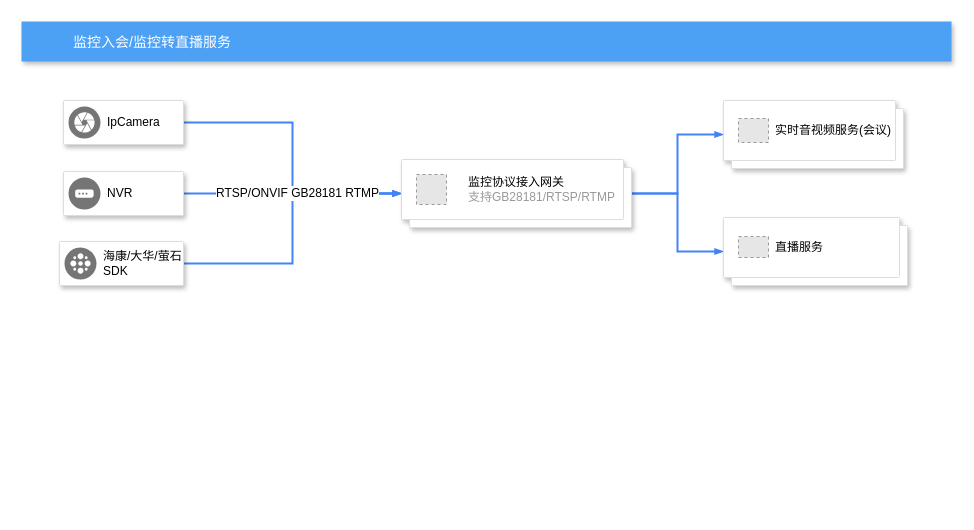
shushenghong/test keeps this draw.io diagram as 监控入会/监控转直播.drawio. Above is the earlier version. Source tidied: cells renumbered, new cells numbered last; positions are measured from the earlier drawing's top-left corner, leaving out a move shared by most shapes. Both pictures are drawn from the tidied source at 100%, with x=0, y=0 at pixel (21, 21). Pictures stored in the file or linked from it are replaced by grey dashed boxes.
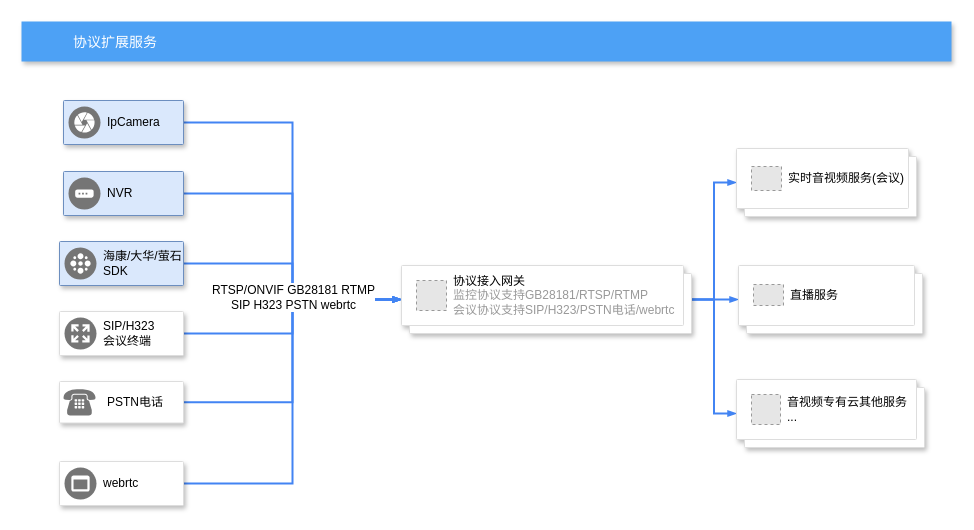
After the change.

Commit message:
更新监控转直播.drawio

Unchanged cells that the change refers to:
```xml
<mxCell id="7" style="edgeStyle=orthogonalEdgeStyle;shape=connector;rounded=0;jettySize=auto;html=1;entryX=0;entryY=0.5;entryDx=0;entryDy=0;dashed=0;labelBackgroundColor=none;strokeColor=#4284F3;strokeWidth=2;fontFamily=Helvetica;fontSize=12;fontColor=default;startArrow=none;startFill=0;endArrow=blockThin;endFill=1;startSize=4;endSize=4;" parent="1" edge="1" source="9" target="13">
  <mxGeometry relative="1" as="geometry" />
</mxCell>
```

The edit, as a diff of the source:
```diff
@@
+    <mxCell id="21" style="edgeStyle=orthogonalEdgeStyle;shape=connector;rounded=0;jettySize=auto;html=1;entryX=0;entryY=0.5;entryDx=0;entryDy=0;dashed=0;labelBackgroundColor=none;strokeColor=#4284F3;strokeWidth=2;fontFamily=Helvetica;fontSize=12;fontColor=default;startArrow=none;startFill=0;endArrow=blockThin;endFill=1;startSize=4;endSize=4;" parent="1" edge="1" source="32" target="13">
+      <mxGeometry relative="1" as="geometry" />
+    </mxCell>
+    <mxCell id="22" style="edgeStyle=orthogonalEdgeStyle;shape=connector;rounded=0;jettySize=auto;html=1;entryX=0;entryY=0.5;entryDx=0;entryDy=0;dashed=0;labelBackgroundColor=none;strokeColor=#4284F3;strokeWidth=2;fontFamily=Helvetica;fontSize=12;fontColor=default;startArrow=none;startFill=0;endArrow=blockThin;endFill=1;startSize=4;endSize=4;" parent="1" edge="1" source="28" target="13">
+      <mxGeometry relative="1" as="geometry" />
+    </mxCell>
+    <mxCell id="23" style="edgeStyle=orthogonalEdgeStyle;shape=connector;rounded=0;jettySize=auto;html=1;entryX=0;entryY=0.5;entryDx=0;entryDy=0;dashed=0;labelBackgroundColor=none;strokeColor=#4284F3;strokeWidth=2;fontFamily=Helvetica;fontSize=12;fontColor=default;startArrow=none;startFill=0;endArrow=blockThin;endFill=1;startSize=4;endSize=4;" parent="1" edge="1" source="26" target="13">
+      <mxGeometry relative="1" as="geometry" />
+    </mxCell>
@@
-    <mxCell id="3" value="监控入会/监控转直播服务" style="fillColor=#4DA1F5;strokeColor=none;shadow=1;gradientColor=none;fontSize=14;align=left;spacingLeft=50;fontColor=#ffffff;fontFamily=Helvetica;" parent="1" vertex="1">
+    <mxCell id="3" value="协议扩展服务" style="fillColor=#4DA1F5;strokeColor=none;shadow=1;gradientColor=none;fontSize=14;align=left;spacingLeft=50;fontColor=#ffffff;fontFamily=Helvetica;" parent="1" vertex="1">
       <mxGeometry width="930" height="40" as="geometry" />
     </mxCell>
@@
-    <mxCell id="5" style="strokeColor=#dddddd;shadow=1;strokeWidth=1;rounded=1;absoluteArcSize=1;arcSize=2;" parent="1" vertex="1">
+    <mxCell id="5" style="strokeColor=#6c8ebf;shadow=1;strokeWidth=1;rounded=1;absoluteArcSize=1;arcSize=2;fillColor=#dae8fc;glass=0;" parent="1" vertex="1">
       <mxGeometry x="42" y="79" width="120" height="44" as="geometry" />
     </mxCell>
@@
-    <mxCell id="8" value="RTSP/ONVIF GB28181 RTMP" style="edgeLabel;html=1;align=center;verticalAlign=middle;fontSize=12;fontFamily=Helvetica;fontColor=default;" parent="7" vertex="1">
-      <mxGeometry x="0.04" y="1" relative="1" as="geometry" />
-    </mxCell>
+    <mxCell id="24" value="RTSP/ONVIF GB28181 RTMP&lt;br style=&quot;border-color: var(--border-color);&quot;&gt;SIP H323 PSTN webrtc" style="edgeLabel;html=1;align=center;verticalAlign=middle;fontSize=12;fontFamily=Helvetica;fontColor=default;" parent="7" vertex="1">
+      <mxGeometry x="0.31" relative="1" as="geometry" />
+    </mxCell>
-    <mxCell id="9" style="strokeColor=#dddddd;shadow=1;strokeWidth=1;rounded=1;absoluteArcSize=1;arcSize=2;" parent="1" vertex="1">
+    <mxCell id="9" style="strokeColor=#6c8ebf;shadow=1;strokeWidth=1;rounded=1;absoluteArcSize=1;arcSize=2;fillColor=#dae8fc;glass=0;" parent="1" vertex="1">
       <mxGeometry x="42" y="150" width="120" height="44" as="geometry" />
     </mxCell>
@@
+    <mxCell id="12" style="edgeStyle=orthogonalEdgeStyle;shape=connector;rounded=0;jettySize=auto;html=1;entryX=0;entryY=0.5;entryDx=0;entryDy=0;dashed=0;labelBackgroundColor=none;strokeColor=#4284F3;strokeWidth=2;fontFamily=Helvetica;fontSize=12;fontColor=default;startArrow=none;startFill=0;endArrow=blockThin;endFill=1;startSize=4;endSize=4;" parent="1" edge="1" source="13" target="17">
+      <mxGeometry relative="1" as="geometry" />
+    </mxCell>
+    <mxCell id="25" style="edgeStyle=orthogonalEdgeStyle;shape=connector;rounded=0;jettySize=auto;html=1;entryX=0;entryY=0.5;entryDx=0;entryDy=0;dashed=0;labelBackgroundColor=none;strokeColor=#4284F3;strokeWidth=2;fontFamily=Helvetica;fontSize=12;fontColor=default;startArrow=none;startFill=0;endArrow=blockThin;endFill=1;startSize=4;endSize=4;" parent="1" edge="1" source="13" target="30">
+      <mxGeometry relative="1" as="geometry" />
+    </mxCell>
@@
-    <mxCell id="12" style="edgeStyle=orthogonalEdgeStyle;shape=connector;rounded=0;jettySize=auto;html=1;entryX=0;entryY=0.5;entryDx=0;entryDy=0;dashed=0;labelBackgroundColor=none;strokeColor=#4284F3;strokeWidth=2;fontFamily=Helvetica;fontSize=12;fontColor=default;startArrow=none;startFill=0;endArrow=blockThin;endFill=1;startSize=4;endSize=4;" parent="1" edge="1" source="13" target="17">
-      <mxGeometry relative="1" as="geometry" />
-    </mxCell>
     <mxCell id="13" style="shape=mxgraph.gcp2.doubleRect;strokeColor=#dddddd;shadow=1;strokeWidth=1;rounded=1;absoluteArcSize=1;arcSize=2;" parent="1" vertex="1">
-      <mxGeometry x="380" y="138" width="230" height="68" as="geometry" />
+      <mxGeometry x="380" y="244" width="290" height="68" as="geometry" />
     </mxCell>
-    <mxCell id="14" value="&lt;font color=&quot;#000000&quot;&gt;监控协议接入网关&lt;/font&gt;&lt;br&gt;支持GB28181/RTSP/RTMP" style="fillColor=#E6E6E6;strokeColor=#999999;dashed=1;html=1;fontColor=#999999;verticalLabelPosition=middle;labelBackgroundColor=#ffffff;verticalAlign=middle;labelPosition=right;align=left;spacingLeft=20;" parent="13" vertex="1">
+    <mxCell id="14" value="&lt;font color=&quot;#000000&quot;&gt;协议接入网关&lt;/font&gt;&lt;br&gt;监控协议支持GB28181/RTSP/RTMP&lt;br&gt;会议协议支持SIP/H323/PSTN电话/webrtc" style="fillColor=#E6E6E6;strokeColor=#999999;dashed=1;html=1;fontColor=#999999;verticalLabelPosition=middle;labelBackgroundColor=#ffffff;verticalAlign=middle;labelPosition=right;align=left;spacingLeft=5;" parent="13" vertex="1">
       <mxGeometry width="30" height="30" relative="1" as="geometry">
         <mxPoint x="15" y="15" as="offset" />
       </mxGeometry>
     </mxCell>
-    <mxCell id="15" style="strokeColor=#dddddd;shadow=1;strokeWidth=1;rounded=1;absoluteArcSize=1;arcSize=2;fontFamily=Helvetica;fontSize=12;fontColor=default;" parent="1" vertex="1">
+    <mxCell id="15" style="strokeColor=#6c8ebf;shadow=1;strokeWidth=1;rounded=1;absoluteArcSize=1;arcSize=2;fontFamily=Helvetica;fontSize=12;fillColor=#dae8fc;glass=0;" parent="1" vertex="1">
       <mxGeometry x="38" y="220" width="124" height="44" as="geometry" />
     </mxCell>
@@
     <mxCell id="17" style="shape=mxgraph.gcp2.doubleRect;strokeColor=#dddddd;shadow=1;strokeWidth=1;rounded=1;absoluteArcSize=1;arcSize=2;fontFamily=Helvetica;fontSize=12;fontColor=default;" parent="1" vertex="1">
-      <mxGeometry x="702" y="196" width="184" height="68" as="geometry" />
+      <mxGeometry x="717" y="244" width="184" height="68" as="geometry" />
     </mxCell>
@@
     <mxCell id="19" style="shape=mxgraph.gcp2.doubleRect;strokeColor=#dddddd;shadow=1;strokeWidth=1;rounded=1;absoluteArcSize=1;arcSize=2;fontFamily=Helvetica;fontSize=12;fontColor=default;" parent="1" vertex="1">
-      <mxGeometry x="702" y="79" width="180" height="68" as="geometry" />
+      <mxGeometry x="715" y="127" width="180" height="68" as="geometry" />
     </mxCell>
@@
+    <mxCell id="26" style="strokeColor=#dddddd;shadow=1;strokeWidth=1;rounded=1;absoluteArcSize=1;arcSize=2;" parent="1" vertex="1">
+      <mxGeometry x="38" y="290" width="124" height="44" as="geometry" />
+    </mxCell>
+    <mxCell id="27" value="SIP/H323&lt;br style=&quot;border-color: var(--border-color);&quot;&gt;会议终端" style="sketch=0;dashed=0;html=1;fillColor=#757575;strokeColor=none;shape=mxgraph.gcp2.nat;labelPosition=right;verticalLabelPosition=middle;align=left;verticalAlign=middle;spacingLeft=5;fontSize=12;" parent="26" vertex="1">
+      <mxGeometry y="0.5" width="32" height="32" relative="1" as="geometry">
+        <mxPoint x="5" y="-16" as="offset" />
+      </mxGeometry>
+    </mxCell>
+    <mxCell id="28" style="strokeColor=#dddddd;shadow=1;strokeWidth=1;rounded=1;absoluteArcSize=1;arcSize=2;" parent="1" vertex="1">
+      <mxGeometry x="38" y="360" width="124" height="41.5" as="geometry" />
+    </mxCell>
+    <mxCell id="29" value="PSTN电话" style="sketch=0;dashed=0;html=1;fillColor=#757575;strokeColor=none;shape=mxgraph.office.devices.phone_traditional;labelPosition=right;verticalLabelPosition=middle;align=left;verticalAlign=top;spacingLeft=5;fontSize=12;shadow=0;spacingTop=15;horizontal=1;" parent="1" vertex="1">
+      <mxGeometry x="42" y="367.5" width="32" height="26.4" as="geometry">
+        <mxPoint x="5" y="-16" as="offset" />
+      </mxGeometry>
+    </mxCell>
+    <mxCell id="30" style="shape=mxgraph.gcp2.doubleRect;strokeColor=#dddddd;shadow=1;strokeWidth=1;rounded=1;absoluteArcSize=1;arcSize=2;fontFamily=Helvetica;fontSize=12;fontColor=default;" parent="1" vertex="1">
+      <mxGeometry x="715" y="358" width="188" height="68" as="geometry" />
+    </mxCell>
+    <mxCell id="31" value="&lt;font color=&quot;#000000&quot;&gt;音视频专有云其他服务&lt;br&gt;...&lt;br&gt;&lt;/font&gt;" style="fillColor=#E6E6E6;strokeColor=#999999;dashed=1;html=1;fontColor=#999999;verticalLabelPosition=middle;labelBackgroundColor=#ffffff;verticalAlign=middle;labelPosition=right;align=left;spacingLeft=5;fontFamily=Helvetica;fontSize=12;" parent="30" vertex="1">
+      <mxGeometry width="29" height="30" relative="1" as="geometry">
+        <mxPoint x="15" y="15" as="offset" />
+      </mxGeometry>
+    </mxCell>
+    <mxCell id="32" style="strokeColor=#dddddd;shadow=1;strokeWidth=1;rounded=1;absoluteArcSize=1;arcSize=2;fontFamily=Helvetica;fontSize=12;fontColor=default;" parent="1" vertex="1">
+      <mxGeometry x="38" y="440" width="124" height="44" as="geometry" />
+    </mxCell>
+    <mxCell id="33" value="webrtc" style="sketch=0;dashed=0;html=1;fillColor=#757575;strokeColor=none;shape=mxgraph.gcp2.frontend_platform_services;labelPosition=right;verticalLabelPosition=middle;align=left;verticalAlign=middle;spacingLeft=5;fontSize=12;fontFamily=Helvetica;fontColor=default;" parent="32" vertex="1">
+      <mxGeometry y="0.5" width="32" height="32" relative="1" as="geometry">
+        <mxPoint x="5" y="-16" as="offset" />
+      </mxGeometry>
+    </mxCell>
```
